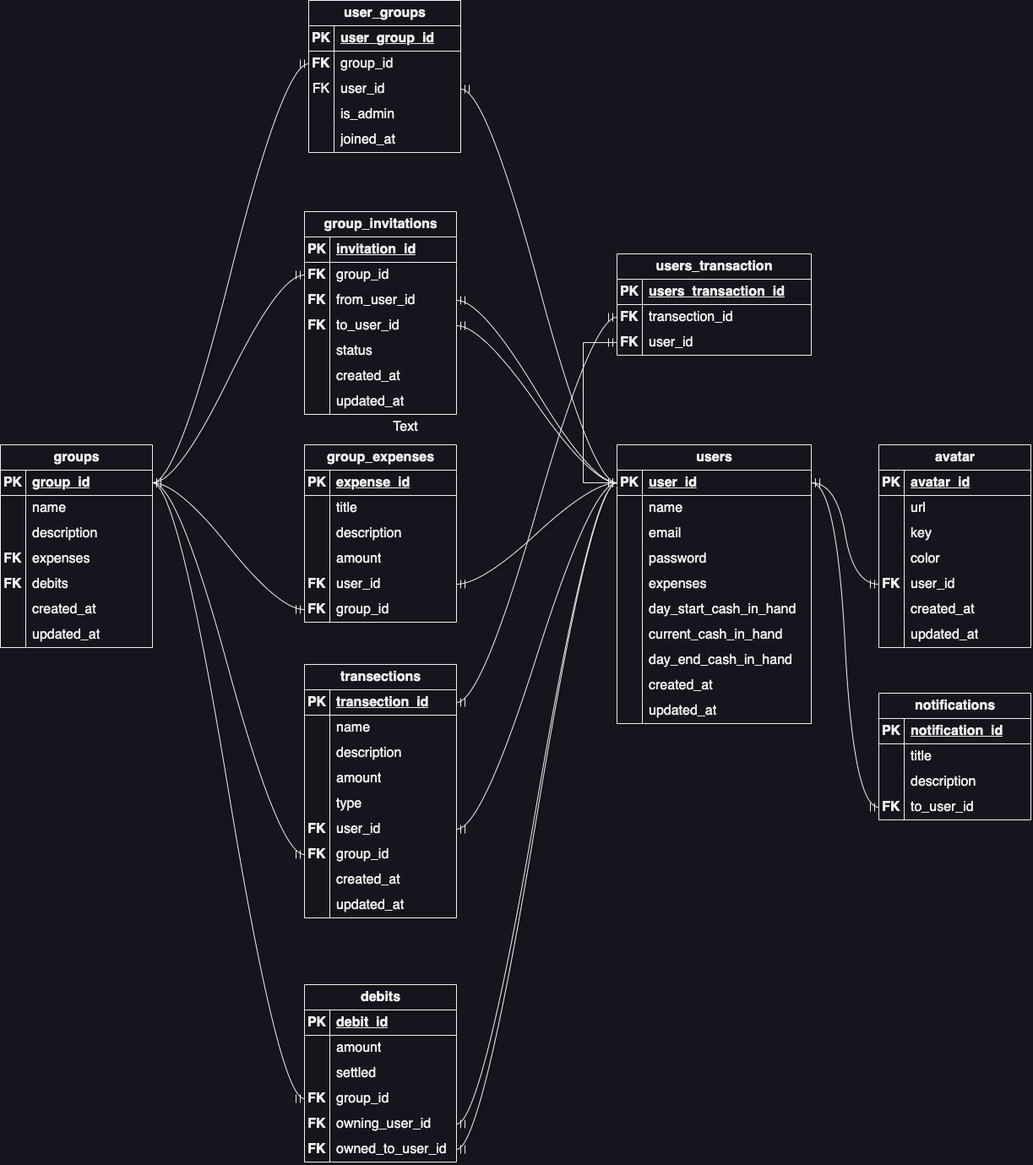
The draw.io diagram server/docs/db/db-design.png in maya-manager/server, before a commit. Source tidied: cells renumbered, new cells last; positions are measured from the earlier drawing's top-left corner, leaving out a move shared by most shapes.
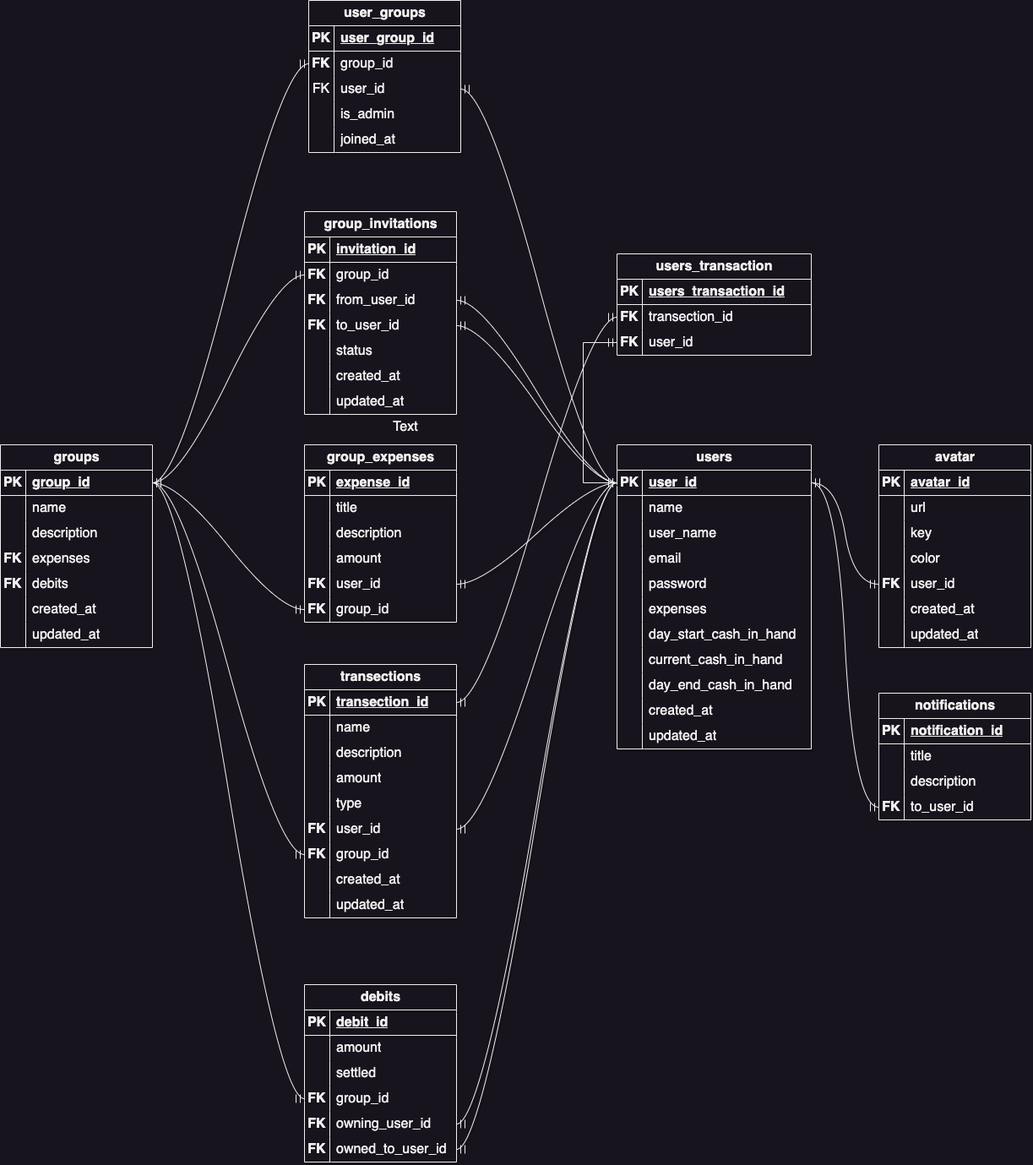
Above is the later version.

Commit message:
docs(db): :memo: added username in database design

Diff of the diagram source:
```diff
@@ -6,7 +6,7 @@
       <mxGeometry relative="1" as="geometry" />
     </mxCell>
     <mxCell id="3" value="users" style="shape=table;startSize=30;rowLines=0;fontStyle=1;align=center;html=1;fontSize=16;shadow=1;swimlaneLine=1;comic=0;" parent="1" vertex="1">
-      <mxGeometry x="730" y="526" width="230" height="330" as="geometry" />
+      <mxGeometry x="730" y="526" width="230" height="360" as="geometry" />
     </mxCell>
     <mxCell id="4" style="shape=tableRow;horizontal=0;startSize=0;swimlaneHead=0;swimlaneBody=0;fillColor=none;points=[[0,0.5],[1,0.5]];portConstraint=eastwest;top=0;left=0;right=0;bottom=1;fontSize=16;shadow=1;swimlaneLine=1;comic=0;" parent="3" vertex="1">
       <mxGeometry y="30" width="230" height="30" as="geometry" />
@@ -26,8 +26,17 @@
     <mxCell id="9" value="name&lt;br&gt;" style="shape=partialRectangle;fillColor=none;top=0;left=0;bottom=0;right=0;align=left;spacingLeft=6;overflow=hidden;whiteSpace=wrap;html=1;fontSize=16;shadow=1;swimlaneLine=1;comic=0;" parent="7" vertex="1">
       <mxGeometry x="30" width="200" height="30" as="geometry" />
     </mxCell>
+    <mxCell id="221" style="shape=tableRow;horizontal=0;startSize=0;swimlaneHead=0;swimlaneBody=0;fillColor=none;top=0;left=0;right=0;bottom=0;fontSize=16;shadow=1;swimlaneLine=1;comic=0;" parent="3" vertex="1">
+      <mxGeometry y="90" width="230" height="30" as="geometry" />
+    </mxCell>
+    <mxCell id="222" style="shape=partialRectangle;fillColor=none;top=0;left=0;bottom=0;right=0;overflow=hidden;whiteSpace=wrap;html=1;fontSize=16;shadow=1;swimlaneLine=1;comic=0;" parent="221" vertex="1">
+      <mxGeometry width="30" height="30" as="geometry" />
+    </mxCell>
+    <mxCell id="223" value="user_name" style="shape=partialRectangle;fillColor=none;top=0;left=0;bottom=0;right=0;align=left;spacingLeft=6;overflow=hidden;whiteSpace=wrap;html=1;fontSize=16;shadow=1;swimlaneLine=1;comic=0;" parent="221" vertex="1">
+      <mxGeometry x="30" width="200" height="30" as="geometry" />
+    </mxCell>
     <mxCell id="10" style="shape=tableRow;horizontal=0;startSize=0;swimlaneHead=0;swimlaneBody=0;fillColor=none;top=0;left=0;right=0;bottom=0;fontSize=16;shadow=1;swimlaneLine=1;comic=0;" parent="3" vertex="1">
-      <mxGeometry y="90" width="230" height="30" as="geometry" />
+      <mxGeometry y="120" width="230" height="30" as="geometry" />
     </mxCell>
     <mxCell id="11" style="shape=partialRectangle;fillColor=none;top=0;left=0;bottom=0;right=0;overflow=hidden;whiteSpace=wrap;html=1;fontSize=16;shadow=1;swimlaneLine=1;comic=0;" parent="10" vertex="1">
       <mxGeometry width="30" height="30" as="geometry" />
@@ -36,7 +45,7 @@
       <mxGeometry x="30" width="200" height="30" as="geometry" />
     </mxCell>
     <mxCell id="13" style="shape=tableRow;horizontal=0;startSize=0;swimlaneHead=0;swimlaneBody=0;fillColor=none;top=0;left=0;right=0;bottom=0;fontSize=16;shadow=1;swimlaneLine=1;comic=0;" parent="3" vertex="1">
-      <mxGeometry y="120" width="230" height="30" as="geometry" />
+      <mxGeometry y="150" width="230" height="30" as="geometry" />
     </mxCell>
     <mxCell id="14" style="shape=partialRectangle;fillColor=none;top=0;left=0;bottom=0;right=0;overflow=hidden;whiteSpace=wrap;html=1;fontSize=16;shadow=1;swimlaneLine=1;comic=0;" parent="13" vertex="1">
       <mxGeometry width="30" height="30" as="geometry" />
@@ -45,7 +54,7 @@
       <mxGeometry x="30" width="200" height="30" as="geometry" />
     </mxCell>
     <mxCell id="16" style="shape=tableRow;horizontal=0;startSize=0;swimlaneHead=0;swimlaneBody=0;fillColor=none;top=0;left=0;right=0;bottom=0;fontSize=16;shadow=1;swimlaneLine=1;comic=0;" parent="3" vertex="1">
-      <mxGeometry y="150" width="230" height="30" as="geometry" />
+      <mxGeometry y="180" width="230" height="30" as="geometry" />
     </mxCell>
     <mxCell id="17" style="shape=partialRectangle;fillColor=none;top=0;left=0;bottom=0;right=0;overflow=hidden;whiteSpace=wrap;html=1;fontSize=16;shadow=1;swimlaneLine=1;comic=0;" parent="16" vertex="1">
       <mxGeometry width="30" height="30" as="geometry" />
@@ -54,7 +63,7 @@
       <mxGeometry x="30" width="200" height="30" as="geometry" />
     </mxCell>
     <mxCell id="19" style="shape=tableRow;horizontal=0;startSize=0;swimlaneHead=0;swimlaneBody=0;fillColor=none;top=0;left=0;right=0;bottom=0;fontSize=16;shadow=1;swimlaneLine=1;comic=0;" parent="3" vertex="1">
-      <mxGeometry y="180" width="230" height="30" as="geometry" />
+      <mxGeometry y="210" width="230" height="30" as="geometry" />
     </mxCell>
     <mxCell id="20" style="shape=partialRectangle;fillColor=none;top=0;left=0;bottom=0;right=0;overflow=hidden;whiteSpace=wrap;html=1;fontSize=16;shadow=1;swimlaneLine=1;comic=0;" parent="19" vertex="1">
       <mxGeometry width="30" height="30" as="geometry" />
@@ -63,7 +72,7 @@
       <mxGeometry x="30" width="200" height="30" as="geometry" />
     </mxCell>
     <mxCell id="22" style="shape=tableRow;horizontal=0;startSize=0;swimlaneHead=0;swimlaneBody=0;fillColor=none;top=0;left=0;right=0;bottom=0;fontSize=16;shadow=1;swimlaneLine=1;comic=0;" parent="3" vertex="1">
-      <mxGeometry y="210" width="230" height="30" as="geometry" />
+      <mxGeometry y="240" width="230" height="30" as="geometry" />
     </mxCell>
     <mxCell id="23" style="shape=partialRectangle;fillColor=none;top=0;left=0;bottom=0;right=0;overflow=hidden;whiteSpace=wrap;html=1;fontSize=16;shadow=1;swimlaneLine=1;comic=0;" parent="22" vertex="1">
       <mxGeometry width="30" height="30" as="geometry" />
@@ -72,7 +81,7 @@
       <mxGeometry x="30" width="200" height="30" as="geometry" />
     </mxCell>
     <mxCell id="25" style="shape=tableRow;horizontal=0;startSize=0;swimlaneHead=0;swimlaneBody=0;fillColor=none;top=0;left=0;right=0;bottom=0;fontSize=16;shadow=1;swimlaneLine=1;comic=0;" parent="3" vertex="1">
-      <mxGeometry y="240" width="230" height="30" as="geometry" />
+      <mxGeometry y="270" width="230" height="30" as="geometry" />
     </mxCell>
     <mxCell id="26" style="shape=partialRectangle;fillColor=none;top=0;left=0;bottom=0;right=0;overflow=hidden;whiteSpace=wrap;html=1;fontSize=16;shadow=1;swimlaneLine=1;comic=0;" parent="25" vertex="1">
       <mxGeometry width="30" height="30" as="geometry" />
@@ -81,7 +90,7 @@
       <mxGeometry x="30" width="200" height="30" as="geometry" />
     </mxCell>
     <mxCell id="28" style="shape=tableRow;horizontal=0;startSize=0;swimlaneHead=0;swimlaneBody=0;fillColor=none;top=0;left=0;right=0;bottom=0;fontSize=16;shadow=1;swimlaneLine=1;comic=0;" parent="3" vertex="1">
-      <mxGeometry y="270" width="230" height="30" as="geometry" />
+      <mxGeometry y="300" width="230" height="30" as="geometry" />
     </mxCell>
     <mxCell id="29" style="shape=partialRectangle;fillColor=none;top=0;left=0;bottom=0;right=0;overflow=hidden;whiteSpace=wrap;html=1;fontSize=16;shadow=1;swimlaneLine=1;comic=0;" parent="28" vertex="1">
       <mxGeometry width="30" height="30" as="geometry" />
@@ -90,7 +99,7 @@
       <mxGeometry x="30" width="200" height="30" as="geometry" />
     </mxCell>
     <mxCell id="31" style="shape=tableRow;horizontal=0;startSize=0;swimlaneHead=0;swimlaneBody=0;fillColor=none;top=0;left=0;right=0;bottom=0;fontSize=16;shadow=1;swimlaneLine=1;comic=0;" parent="3" vertex="1">
-      <mxGeometry y="300" width="230" height="30" as="geometry" />
+      <mxGeometry y="330" width="230" height="30" as="geometry" />
     </mxCell>
     <mxCell id="32" style="shape=partialRectangle;fillColor=none;top=0;left=0;bottom=0;right=0;overflow=hidden;whiteSpace=wrap;html=1;fontSize=16;shadow=1;swimlaneLine=1;comic=0;" parent="31" vertex="1">
       <mxGeometry width="30" height="30" as="geometry" />
```
